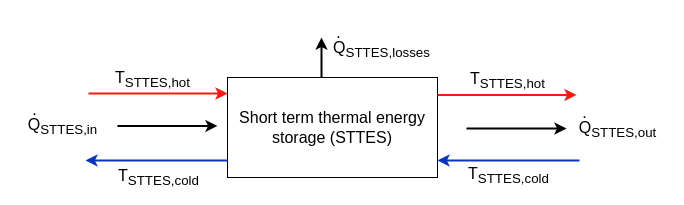
Before: docs/fig/source_files/221028_STTES.drawio in QuaSi-Software/Documentation, a draw.io diagram. Source tidied: cells renumbered, new cells numbered last; positions are measured from the earlier drawing's top-left corner, leaving out a move shared by most shapes. Both pictures are drawn from the tidied source at 100%, with x=0, y=0 at pixel (17, 17).
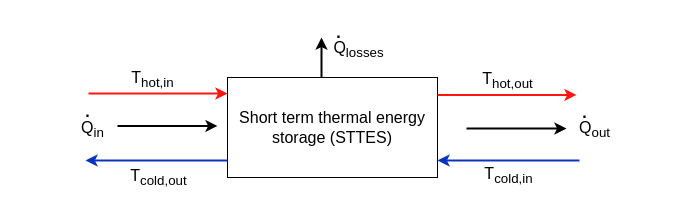
Above is the later version.

Commit message (it also covers changes not shown here):
remove index ‘STTES’ from graphics and formulas for better readability

Unchanged cells that the change refers to:
```xml
<mxCell id="6" style="endArrow=classic;html=1;rounded=0;fontSize=19;entryX=-0.009;entryY=0.171;entryDx=0;entryDy=0;entryPerimeter=0;fillColor=#dae8fc;strokeColor=#0A34BF;strokeWidth=2;" parent="1" edge="1">
  <mxGeometry relative="1" as="geometry">
    <mxPoint x="562" y="143" as="sourcePoint" />
    <mxPoint x="420" y="143" as="targetPoint" />
  </mxGeometry>
</mxCell>
<mxCell id="8" style="endArrow=classic;html=1;rounded=0;fontSize=19;strokeColor=#FF170F;strokeWidth=2;" parent="1" edge="1">
  <mxGeometry relative="1" as="geometry">
    <mxPoint x="420" y="77.4" as="sourcePoint" />
    <mxPoint x="559" y="77.4" as="targetPoint" />
  </mxGeometry>
</mxCell>
<mxCell id="12" style="endArrow=classic;html=1;rounded=0;fontSize=19;entryX=-0.009;entryY=0.171;entryDx=0;entryDy=0;entryPerimeter=0;fillColor=#dae8fc;strokeColor=#0A34BF;strokeWidth=2;" parent="1" edge="1">
  <mxGeometry relative="1" as="geometry">
    <mxPoint x="210" y="143" as="sourcePoint" />
    <mxPoint x="68" y="143" as="targetPoint" />
  </mxGeometry>
</mxCell>
<mxCell id="14" style="endArrow=classic;html=1;rounded=0;fontSize=19;strokeColor=#FF170F;strokeWidth=2;" parent="1" edge="1">
  <mxGeometry relative="1" as="geometry">
    <mxPoint x="71" y="76" as="sourcePoint" />
    <mxPoint x="210" y="76" as="targetPoint" />
  </mxGeometry>
</mxCell>
```

Change to the diagram source:
```diff
@@
-    <mxCell id="3" value="Q&lt;sub&gt;STTES,out&lt;/sub&gt;" style="text;html=1;align=center;verticalAlign=middle;strokeColor=none;fillColor=none;fontSize=16;" parent="1" vertex="1">
-      <mxGeometry x="550" y="92" width="100" height="40" as="geometry" />
+    <mxCell id="3" value="Q&lt;sub&gt;out&lt;/sub&gt;" style="text;html=1;align=center;verticalAlign=middle;strokeColor=none;fillColor=none;fontSize=16;" parent="1" vertex="1">
+      <mxGeometry x="552" y="92" width="50" height="40" as="geometry" />
     </mxCell>
-    <mxCell id="4" value="." style="text;html=1;align=center;verticalAlign=middle;strokeColor=none;fillColor=none;fontSize=16;" parent="1" vertex="1">
-      <mxGeometry x="552" y="80" width="30" height="30" as="geometry" />
-    </mxCell>
@@
-    <mxCell id="7" value="&lt;font style=&quot;font-size: 16px;&quot;&gt;T&lt;sub style=&quot;&quot;&gt;STTES,cold&lt;/sub&gt;&lt;/font&gt;" style="edgeLabel;html=1;align=center;verticalAlign=middle;fontSize=16;" parent="6" vertex="1">
+    <mxCell id="7" value="&lt;font style=&quot;font-size: 16px;&quot;&gt;T&lt;sub style=&quot;&quot;&gt;cold,in&lt;/sub&gt;&lt;/font&gt;" style="edgeLabel;html=1;align=center;verticalAlign=middle;fontSize=16;" parent="6" vertex="1">
       <mxGeometry x="-0.45" y="-1" relative="1" as="geometry">
         <mxPoint x="-33" y="15" as="offset" />
       </mxGeometry>
     </mxCell>
@@
-    <mxCell id="9" value="&lt;font style=&quot;font-size: 16px;&quot;&gt;T&lt;sub style=&quot;&quot;&gt;STTES,hot&lt;/sub&gt;&lt;/font&gt;" style="edgeLabel;html=1;align=center;verticalAlign=middle;fontSize=16;" parent="8" vertex="1">
+    <mxCell id="9" value="&lt;font style=&quot;font-size: 16px;&quot;&gt;T&lt;sub style=&quot;&quot;&gt;hot,out&lt;/sub&gt;&lt;/font&gt;" style="edgeLabel;html=1;align=center;verticalAlign=middle;fontSize=16;" parent="8" vertex="1">
       <mxGeometry x="-0.45" y="-1" relative="1" as="geometry">
         <mxPoint x="31" y="-16" as="offset" />
       </mxGeometry>
     </mxCell>
@@
-    <mxCell id="11" value="Q&lt;sub&gt;STTES,in&lt;/sub&gt;" style="text;html=1;align=center;verticalAlign=middle;strokeColor=none;fillColor=none;fontSize=16;" parent="1" vertex="1">
-      <mxGeometry y="89.4" width="90" height="40" as="geometry" />
+    <mxCell id="11" value="Q&lt;sub&gt;in&lt;/sub&gt;" style="text;html=1;align=center;verticalAlign=middle;strokeColor=none;fillColor=none;fontSize=16;" parent="1" vertex="1">
+      <mxGeometry x="50" y="92" width="50" height="40" as="geometry" />
     </mxCell>
@@
-    <mxCell id="13" value="&lt;font style=&quot;font-size: 16px;&quot;&gt;T&lt;sub style=&quot;&quot;&gt;STTES,cold&lt;/sub&gt;&lt;/font&gt;" style="edgeLabel;html=1;align=center;verticalAlign=middle;fontSize=16;" parent="12" vertex="1">
+    <mxCell id="13" value="&lt;font style=&quot;font-size: 16px;&quot;&gt;T&lt;sub style=&quot;&quot;&gt;cold,out&lt;/sub&gt;&lt;/font&gt;" style="edgeLabel;html=1;align=center;verticalAlign=middle;fontSize=16;" parent="12" vertex="1">
       <mxGeometry x="-0.45" y="-1" relative="1" as="geometry">
         <mxPoint x="-31" y="17" as="offset" />
       </mxGeometry>
     </mxCell>
@@
-    <mxCell id="15" value="&lt;font style=&quot;font-size: 16px;&quot;&gt;T&lt;sub style=&quot;&quot;&gt;STTES,hot&lt;/sub&gt;&lt;/font&gt;" style="edgeLabel;html=1;align=center;verticalAlign=middle;fontSize=16;" parent="14" vertex="1">
+    <mxCell id="15" value="&lt;font style=&quot;font-size: 16px;&quot;&gt;T&lt;sub style=&quot;&quot;&gt;hot,in&lt;/sub&gt;&lt;/font&gt;" style="edgeLabel;html=1;align=center;verticalAlign=middle;fontSize=16;" parent="14" vertex="1">
       <mxGeometry x="-0.45" y="-1" relative="1" as="geometry">
         <mxPoint x="25" y="-16" as="offset" />
       </mxGeometry>
     </mxCell>
-    <mxCell id="16" value="." style="text;html=1;align=center;verticalAlign=middle;strokeColor=none;fillColor=none;fontSize=16;" parent="1" vertex="1">
-      <mxGeometry x="2" y="77.4" width="30" height="30" as="geometry" />
+    <mxCell id="16" value="." style="text;html=1;align=center;verticalAlign=middle;strokeColor=none;fillColor=none;fontSize=16;fontStyle=1;" parent="1" vertex="1">
+      <mxGeometry x="55" y="79" width="30" height="30" as="geometry" />
     </mxCell>
@@
-    <mxCell id="18" value="Q&lt;sub&gt;STTES,losses&lt;/sub&gt;" style="text;html=1;align=center;verticalAlign=middle;strokeColor=none;fillColor=none;fontSize=16;" parent="1" vertex="1">
-      <mxGeometry x="304" y="12" width="120" height="40" as="geometry" />
+    <mxCell id="18" value="Q&lt;sub&gt;losses&lt;/sub&gt;" style="text;html=1;align=center;verticalAlign=middle;strokeColor=none;fillColor=none;fontSize=16;" parent="1" vertex="1">
+      <mxGeometry x="306" y="12" width="70" height="40" as="geometry" />
     </mxCell>
-    <mxCell id="19" value="." style="text;html=1;align=center;verticalAlign=middle;strokeColor=none;fillColor=none;fontSize=16;" parent="1" vertex="1">
+    <mxCell id="19" value="." style="text;html=1;align=center;verticalAlign=middle;strokeColor=none;fillColor=none;fontSize=16;fontStyle=1;" parent="1" vertex="1">
       <mxGeometry x="306" width="30" height="30" as="geometry" />
     </mxCell>
+    <mxCell id="4" value="." style="text;html=1;align=center;verticalAlign=middle;strokeColor=none;fillColor=none;fontSize=16;fontStyle=1;" parent="1" vertex="1">
+      <mxGeometry x="552" y="80" width="30" height="30" as="geometry" />
+    </mxCell>
```
